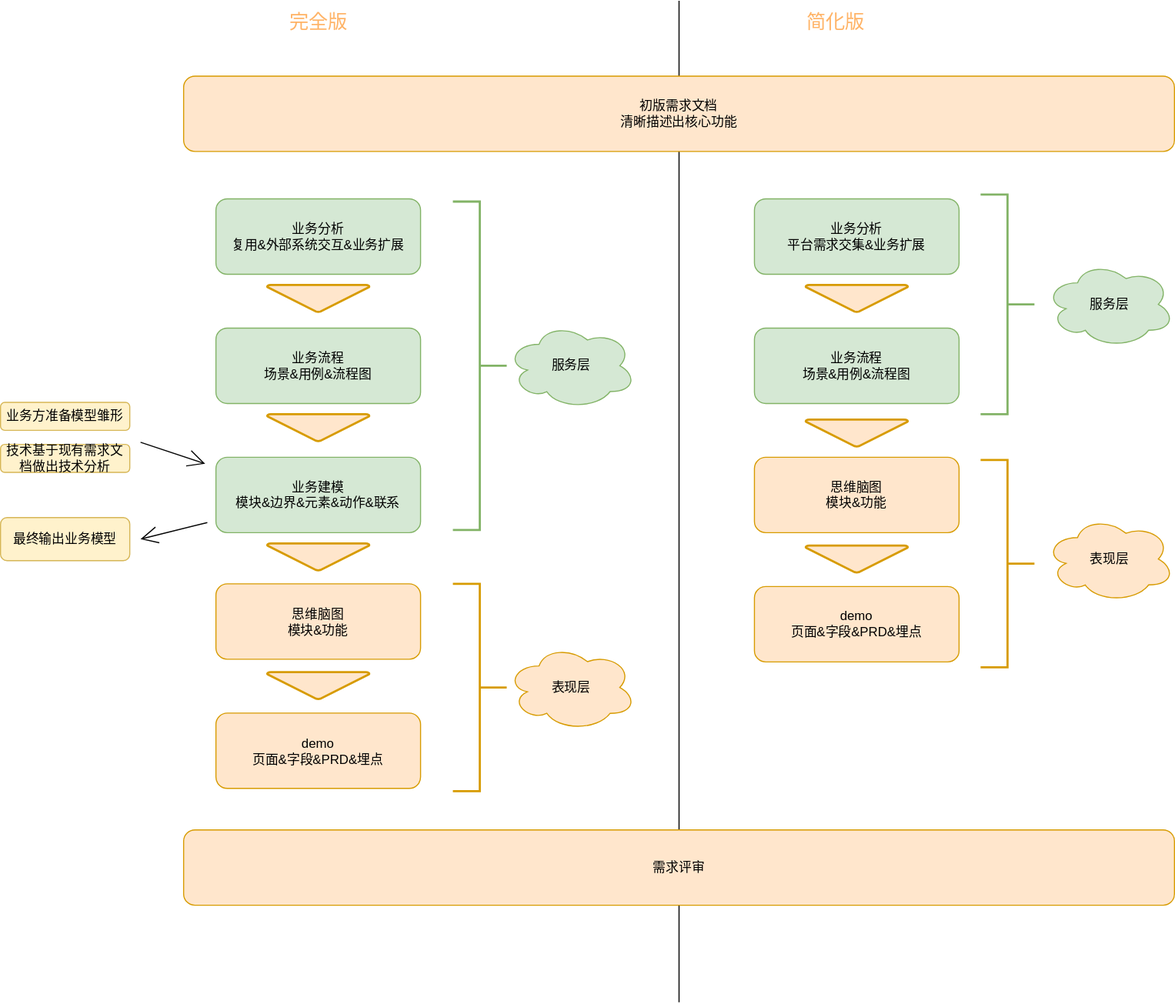
Earlier version of the draw.io export ddm.drawio.svg (fsdmp/diagrams). Source tidied: cells renumbered, new cells last; positions are measured from the earlier drawing's top-left corner, leaving out a move shared by most shapes.
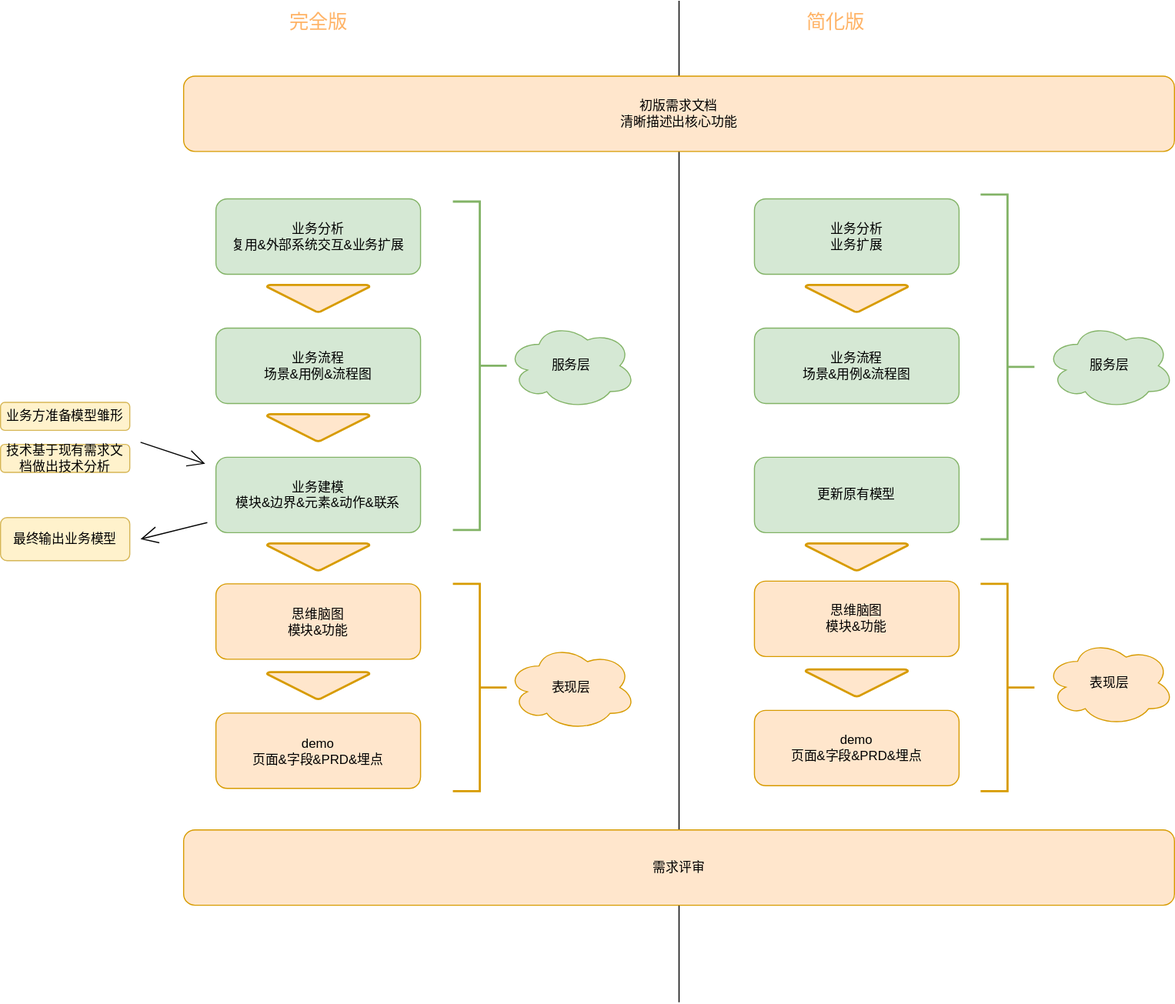
The same diagram one commit later.

Diff of the diagram source:
```diff
@@ -47,22 +47,22 @@
       <mxGeometry x="700" y="304" width="190" height="70" as="geometry" />
     </mxCell>
     <mxCell id="16" value="demo&lt;br&gt;页面&amp;amp;字段&amp;amp;PRD&amp;amp;埋点&lt;br&gt;" style="rounded=1;whiteSpace=wrap;html=1;hachureGap=4;fillColor=#ffe6cc;strokeColor=#d79b00;" parent="1" vertex="1">
-      <mxGeometry x="700" y="544" width="190" height="70" as="geometry" />
+      <mxGeometry x="700" y="659" width="190" height="70" as="geometry" />
     </mxCell>
     <mxCell id="17" value="思维脑图&lt;br&gt;模块&amp;amp;功能&lt;br&gt;" style="rounded=1;whiteSpace=wrap;html=1;hachureGap=4;fillColor=#ffe6cc;strokeColor=#d79b00;" parent="1" vertex="1">
-      <mxGeometry x="700" y="424" width="190" height="70" as="geometry" />
+      <mxGeometry x="700" y="539" width="190" height="70" as="geometry" />
     </mxCell>
     <mxCell id="18" style="strokeWidth=2;html=1;shape=mxgraph.flowchart.merge_or_storage;whiteSpace=wrap;hachureGap=4;fillColor=#ffe6cc;strokeColor=#d79b00;" parent="1" vertex="1">
-      <mxGeometry x="747.5" y="389" width="95" height="25" as="geometry" />
+      <mxGeometry x="747.5" y="504" width="95" height="25" as="geometry" />
     </mxCell>
     <mxCell id="19" style="strokeWidth=2;html=1;shape=mxgraph.flowchart.merge_or_storage;whiteSpace=wrap;hachureGap=4;fillColor=#ffe6cc;strokeColor=#d79b00;" parent="1" vertex="1">
-      <mxGeometry x="747.5" y="506" width="95" height="25" as="geometry" />
+      <mxGeometry x="747.5" y="621" width="95" height="25" as="geometry" />
     </mxCell>
     <mxCell id="20" value="服务层" style="ellipse;shape=cloud;whiteSpace=wrap;html=1;hachureGap=4;fillColor=#d5e8d4;strokeColor=#82b366;" parent="1" vertex="1">
-      <mxGeometry x="970" y="242" width="120" height="80" as="geometry" />
+      <mxGeometry x="970" y="299" width="120" height="80" as="geometry" />
     </mxCell>
     <mxCell id="21" value="表现层" style="ellipse;shape=cloud;whiteSpace=wrap;html=1;hachureGap=4;fillColor=#ffe6cc;strokeColor=#d79b00;" parent="1" vertex="1">
-      <mxGeometry x="970" y="478.5" width="120" height="80" as="geometry" />
+      <mxGeometry x="970" y="593.5" width="120" height="80" as="geometry" />
     </mxCell>
     <mxCell id="22" style="strokeWidth=2;html=1;shape=mxgraph.flowchart.annotation_2;align=left;labelPosition=right;hachureGap=4;direction=west;fillColor=#ffe6cc;strokeColor=#d79b00;" parent="1" vertex="1">
       <mxGeometry x="420" y="541.5" width="50" height="192.5" as="geometry" />
@@ -74,7 +74,7 @@
       </mxGeometry>
     </mxCell>
     <mxCell id="24" style="strokeWidth=2;html=1;shape=mxgraph.flowchart.annotation_2;align=left;labelPosition=right;hachureGap=4;direction=west;fillColor=#ffe6cc;strokeColor=#d79b00;" parent="1" vertex="1">
-      <mxGeometry x="910" y="426.5" width="50" height="192.5" as="geometry" />
+      <mxGeometry x="910" y="541.5" width="50" height="192.5" as="geometry" />
     </mxCell>
     <mxCell id="25" value="完全版" style="text;html=1;align=center;verticalAlign=middle;fillColor=none;strokeColor=none;rounded=0;hachureGap=4;fontSize=18;fontColor=#FFB366;" parent="1" vertex="1">
       <mxGeometry x="260" y="5" width="70" height="30" as="geometry" />
@@ -82,14 +82,14 @@
     <mxCell id="26" value="简化版" style="text;html=1;align=center;verticalAlign=middle;fillColor=none;strokeColor=none;rounded=0;hachureGap=4;fontSize=18;fontColor=#FFB366;" parent="1" vertex="1">
       <mxGeometry x="740" y="5" width="70" height="30" as="geometry" />
     </mxCell>
-    <mxCell id="27" value="业务分析&lt;br&gt;平台需求交集&amp;amp;业务扩展&lt;br&gt;" style="rounded=1;whiteSpace=wrap;html=1;hachureGap=4;fillColor=#d5e8d4;strokeColor=#82b366;" parent="1" vertex="1">
+    <mxCell id="27" value="业务分析&lt;br&gt;业务扩展&lt;br&gt;" style="rounded=1;whiteSpace=wrap;html=1;hachureGap=4;fillColor=#d5e8d4;strokeColor=#82b366;" parent="1" vertex="1">
       <mxGeometry x="700" y="184" width="190" height="70" as="geometry" />
     </mxCell>
     <mxCell id="28" style="strokeWidth=2;html=1;shape=mxgraph.flowchart.merge_or_storage;whiteSpace=wrap;hachureGap=4;fillColor=#ffe6cc;strokeColor=#d79b00;" parent="1" vertex="1">
       <mxGeometry x="747.5" y="264" width="95" height="25" as="geometry" />
     </mxCell>
     <mxCell id="29" style="strokeWidth=2;html=1;shape=mxgraph.flowchart.annotation_2;align=left;labelPosition=right;hachureGap=4;direction=west;fillColor=#d5e8d4;strokeColor=#82b366;" parent="1" vertex="1">
-      <mxGeometry x="910" y="180" width="50" height="204" as="geometry" />
+      <mxGeometry x="910" y="180" width="50" height="320" as="geometry" />
     </mxCell>
     <mxCell id="30" value="初版需求文档&lt;br&gt;清晰描述出核心功能&lt;br&gt;" style="rounded=1;whiteSpace=wrap;html=1;hachureGap=4;fillColor=#ffe6cc;strokeColor=#d79b00;" parent="1" vertex="1">
       <mxGeometry x="170" y="70" width="920" height="70" as="geometry" />
@@ -112,5 +112,8 @@
     <mxCell id="35" value="需求评审&lt;br&gt;" style="rounded=1;whiteSpace=wrap;html=1;hachureGap=4;fillColor=#ffe6cc;strokeColor=#d79b00;" parent="1" vertex="1">
       <mxGeometry x="170" y="770" width="920" height="70" as="geometry" />
     </mxCell>
+    <mxCell id="36" value="更新原有模型&lt;br&gt;" style="rounded=1;whiteSpace=wrap;html=1;hachureGap=4;fillColor=#d5e8d4;strokeColor=#82b366;" parent="1" vertex="1">
+      <mxGeometry x="700" y="424" width="190" height="70" as="geometry" />
+    </mxCell>
   </root>
 </mxGraphModel>
```
